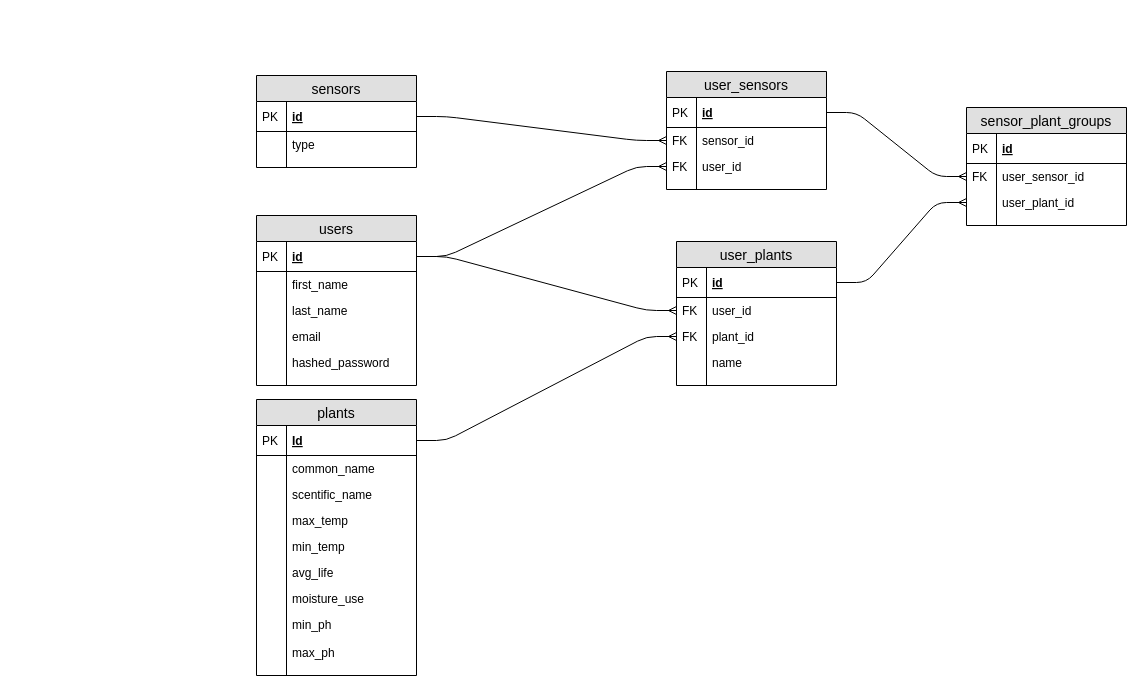
Earlier version of the draw.io diagram Untitled Diagram.drawio (arianrah/power_plant). Source tidied: cells renumbered, new cells numbered last; positions are measured from the earlier drawing's top-left corner, leaving out a move shared by most shapes. Both pictures are drawn from the tidied source at 100%, with x=0, y=0 at pixel (256, 71).
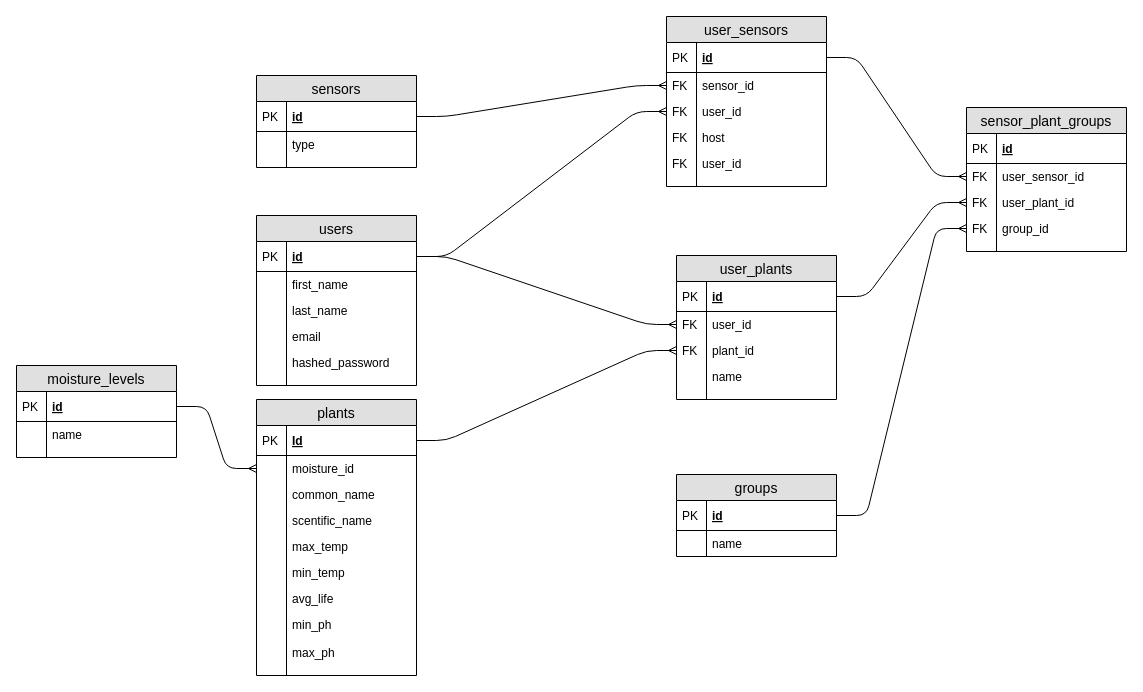
The same diagram, later.

Unchanged cells that the change refers to:
```xml
<mxCell id="27" value="plants" style="swimlane;fontStyle=0;horizontal=1;startSize=26;fillColor=#e0e0e0;swimlaneFillColor=#ffffff;align=center;fontSize=14;" parent="1" vertex="1">
  <mxGeometry y="328" width="160" height="276" as="geometry" />
</mxCell>
<mxCell id="72" value="user_plant_id" style="shape=partialRectangle;top=0;left=0;right=0;bottom=0;align=left;verticalAlign=top;fillColor=none;spacingLeft=34;spacingRight=4;overflow=hidden;points=[[0,0.5],[1,0.5]];portConstraint=eastwest;fontSize=12;" parent="67" vertex="1">
  <mxGeometry y="82" width="160" height="26" as="geometry" />
</mxCell>
```

Change to the diagram source:
```diff
@@
     <mxCell id="15" value="user_plants" style="swimlane;fontStyle=0;horizontal=1;startSize=26;fillColor=#e0e0e0;swimlaneFillColor=#ffffff;align=center;fontSize=14;" parent="1" vertex="1">
-      <mxGeometry x="420" y="170" width="160" height="144" as="geometry" />
+      <mxGeometry x="420" y="184" width="160" height="144" as="geometry" />
     </mxCell>
@@
+    <mxCell id="40" value="moisture_id" style="shape=partialRectangle;top=0;left=0;right=0;bottom=0;align=left;verticalAlign=top;fillColor=none;spacingLeft=34;spacingRight=4;overflow=hidden;points=[[0,0.5],[1,0.5]];portConstraint=eastwest;fontSize=12;" parent="27" vertex="1">
+      <mxGeometry y="56" width="160" height="26" as="geometry" />
+    </mxCell>
+    <mxCell id="41" style="shape=partialRectangle;top=0;left=0;bottom=0;fillColor=none;align=left;verticalAlign=top;spacingLeft=4;spacingRight=4;overflow=hidden;fontSize=12;" parent="40" vertex="1">
+      <mxGeometry width="30" height="26" as="geometry" />
+    </mxCell>
     <mxCell id="30" value="common_name" style="shape=partialRectangle;top=0;left=0;right=0;bottom=0;align=left;verticalAlign=top;fillColor=none;spacingLeft=34;spacingRight=4;overflow=hidden;fontSize=12;" parent="27" vertex="1">
-      <mxGeometry y="56" width="160" height="26" as="geometry" />
+      <mxGeometry y="82" width="160" height="26" as="geometry" />
     </mxCell>
@@
     <mxCell id="32" value="scentific_name" style="shape=partialRectangle;top=0;left=0;right=0;bottom=0;align=left;verticalAlign=top;fillColor=none;spacingLeft=34;spacingRight=4;overflow=hidden;fontSize=12;" parent="27" vertex="1">
-      <mxGeometry y="82" width="160" height="26" as="geometry" />
+      <mxGeometry y="108" width="160" height="26" as="geometry" />
     </mxCell>
@@
     <mxCell id="34" value="max_temp" style="shape=partialRectangle;top=0;left=0;right=0;bottom=0;align=left;verticalAlign=top;fillColor=none;spacingLeft=34;spacingRight=4;overflow=hidden;fontSize=12;" parent="27" vertex="1">
-      <mxGeometry y="108" width="160" height="26" as="geometry" />
+      <mxGeometry y="134" width="160" height="26" as="geometry" />
     </mxCell>
@@
     <mxCell id="36" value="min_temp" style="shape=partialRectangle;top=0;left=0;right=0;bottom=0;align=left;verticalAlign=top;fillColor=none;spacingLeft=34;spacingRight=4;overflow=hidden;fontSize=12;" parent="27" vertex="1">
-      <mxGeometry y="134" width="160" height="26" as="geometry" />
+      <mxGeometry y="160" width="160" height="26" as="geometry" />
     </mxCell>
@@
     <mxCell id="38" value="avg_life" style="shape=partialRectangle;top=0;left=0;right=0;bottom=0;align=left;verticalAlign=top;fillColor=none;spacingLeft=34;spacingRight=4;overflow=hidden;fontSize=12;" parent="27" vertex="1">
-      <mxGeometry y="160" width="160" height="26" as="geometry" />
+      <mxGeometry y="186" width="160" height="26" as="geometry" />
     </mxCell>
@@
-    <mxCell id="40" value="moisture_use" style="shape=partialRectangle;top=0;left=0;right=0;bottom=0;align=left;verticalAlign=top;fillColor=none;spacingLeft=34;spacingRight=4;overflow=hidden;points=[[0,0.5],[1,0.5]];portConstraint=eastwest;fontSize=12;" parent="27" vertex="1">
-      <mxGeometry y="186" width="160" height="26" as="geometry" />
-    </mxCell>
-    <mxCell id="41" style="shape=partialRectangle;top=0;left=0;bottom=0;fillColor=none;align=left;verticalAlign=top;spacingLeft=4;spacingRight=4;overflow=hidden;fontSize=12;" parent="40" vertex="1">
-      <mxGeometry width="30" height="26" as="geometry" />
-    </mxCell>
@@
     <mxCell id="57" value="user_sensors" style="swimlane;fontStyle=0;horizontal=1;startSize=26;fillColor=#e0e0e0;swimlaneFillColor=#ffffff;align=center;fontSize=14;" parent="1" vertex="1">
-      <mxGeometry x="410" width="160" height="118" as="geometry" />
+      <mxGeometry x="410" y="-55" width="160" height="170" as="geometry" />
     </mxCell>
@@
+    <mxCell id="78" value="host" style="shape=partialRectangle;top=0;left=0;right=0;bottom=0;align=left;verticalAlign=top;fillColor=none;spacingLeft=34;spacingRight=4;overflow=hidden;fontSize=12;" parent="57" vertex="1">
+      <mxGeometry y="108" width="160" height="26" as="geometry" />
+    </mxCell>
+    <mxCell id="79" value="FK" style="shape=partialRectangle;top=0;left=0;bottom=0;fillColor=none;align=left;verticalAlign=top;spacingLeft=4;spacingRight=4;overflow=hidden;fontSize=12;" parent="78" vertex="1">
+      <mxGeometry width="30" height="26" as="geometry" />
+    </mxCell>
+    <mxCell id="80" value="user_id" style="shape=partialRectangle;top=0;left=0;right=0;bottom=0;align=left;verticalAlign=top;fillColor=none;spacingLeft=34;spacingRight=4;overflow=hidden;fontSize=12;" parent="57" vertex="1">
+      <mxGeometry y="134" width="160" height="26" as="geometry" />
+    </mxCell>
+    <mxCell id="81" value="FK" style="shape=partialRectangle;top=0;left=0;bottom=0;fillColor=none;align=left;verticalAlign=top;spacingLeft=4;spacingRight=4;overflow=hidden;fontSize=12;" parent="80" vertex="1">
+      <mxGeometry width="30" height="26" as="geometry" />
+    </mxCell>
     <mxCell id="64" style="shape=partialRectangle;top=0;left=0;right=0;bottom=0;align=left;verticalAlign=top;fillColor=none;spacingLeft=34;spacingRight=4;overflow=hidden;fontSize=12;" parent="57" vertex="1">
-      <mxGeometry y="108" width="160" height="10" as="geometry" />
+      <mxGeometry y="160" width="160" height="10" as="geometry" />
     </mxCell>
@@
     <mxCell id="67" value="sensor_plant_groups" style="swimlane;fontStyle=0;horizontal=1;startSize=26;fillColor=#e0e0e0;swimlaneFillColor=#ffffff;align=center;fontSize=14;" parent="1" vertex="1">
-      <mxGeometry x="710" y="36" width="160" height="118" as="geometry" />
+      <mxGeometry x="710" y="36" width="160" height="144" as="geometry" />
     </mxCell>
@@
-    <mxCell id="73" style="shape=partialRectangle;top=0;left=0;bottom=0;fillColor=none;align=left;verticalAlign=top;spacingLeft=4;spacingRight=4;overflow=hidden;fontSize=12;" parent="72" vertex="1">
+    <mxCell id="73" value="FK" style="shape=partialRectangle;top=0;left=0;bottom=0;fillColor=none;align=left;verticalAlign=top;spacingLeft=4;spacingRight=4;overflow=hidden;fontSize=12;" parent="72" vertex="1">
       <mxGeometry width="30" height="26" as="geometry" />
     </mxCell>
+    <mxCell id="82" value="group_id" style="shape=partialRectangle;top=0;left=0;right=0;bottom=0;align=left;verticalAlign=top;fillColor=none;spacingLeft=34;spacingRight=4;overflow=hidden;points=[[0,0.5],[1,0.5]];portConstraint=eastwest;fontSize=12;" parent="67" vertex="1">
+      <mxGeometry y="108" width="160" height="26" as="geometry" />
+    </mxCell>
+    <mxCell id="83" value="FK" style="shape=partialRectangle;top=0;left=0;bottom=0;fillColor=none;align=left;verticalAlign=top;spacingLeft=4;spacingRight=4;overflow=hidden;fontSize=12;" parent="82" vertex="1">
+      <mxGeometry width="30" height="26" as="geometry" />
+    </mxCell>
     <mxCell id="74" style="shape=partialRectangle;top=0;left=0;right=0;bottom=0;align=left;verticalAlign=top;fillColor=none;spacingLeft=34;spacingRight=4;overflow=hidden;fontSize=12;" parent="67" vertex="1">
-      <mxGeometry y="108" width="160" height="10" as="geometry" />
+      <mxGeometry y="134" width="160" height="10" as="geometry" />
     </mxCell>
@@
+    <mxCell id="84" value="groups" style="swimlane;fontStyle=0;horizontal=1;startSize=26;fillColor=#e0e0e0;swimlaneFillColor=#ffffff;align=center;fontSize=14;" parent="1" vertex="1">
+      <mxGeometry x="420" y="403" width="160" height="82" as="geometry" />
+    </mxCell>
+    <mxCell id="85" value="id" style="shape=partialRectangle;top=0;left=0;right=0;bottom=1;align=left;verticalAlign=middle;fillColor=none;spacingLeft=34;spacingRight=4;overflow=hidden;points=[[0,0.5],[1,0.5]];portConstraint=eastwest;fontStyle=5;fontSize=12;" parent="84" vertex="1">
+      <mxGeometry y="26" width="160" height="30" as="geometry" />
+    </mxCell>
+    <mxCell id="86" value="PK" style="shape=partialRectangle;top=0;left=0;bottom=0;fillColor=none;align=left;verticalAlign=middle;spacingLeft=4;spacingRight=4;overflow=hidden;fontSize=12;" parent="85" vertex="1">
+      <mxGeometry width="30" height="30" as="geometry" />
+    </mxCell>
+    <mxCell id="87" value="name" style="shape=partialRectangle;top=0;left=0;right=0;bottom=0;align=left;verticalAlign=top;fillColor=none;spacingLeft=34;spacingRight=4;overflow=hidden;fontSize=12;" parent="84" vertex="1">
+      <mxGeometry y="56" width="160" height="26" as="geometry" />
+    </mxCell>
+    <mxCell id="88" style="shape=partialRectangle;top=0;left=0;bottom=0;fillColor=none;align=left;verticalAlign=top;spacingLeft=4;spacingRight=4;overflow=hidden;fontSize=12;" parent="87" vertex="1">
+      <mxGeometry width="30" height="26" as="geometry" />
+    </mxCell>
+    <mxCell id="89" style="edgeStyle=entityRelationEdgeStyle;fontSize=12;html=1;endArrow=ERmany;" parent="1" edge="1" source="85" target="82">
+      <mxGeometry relative="1" as="geometry" />
+    </mxCell>
+    <mxCell id="90" value="moisture_levels" style="swimlane;fontStyle=0;horizontal=1;startSize=26;fillColor=#e0e0e0;swimlaneFillColor=#ffffff;align=center;fontSize=14;" parent="1" vertex="1">
+      <mxGeometry x="-240" y="294" width="160" height="92" as="geometry" />
+    </mxCell>
+    <mxCell id="91" value="id" style="shape=partialRectangle;top=0;left=0;right=0;bottom=1;align=left;verticalAlign=middle;fillColor=none;spacingLeft=34;spacingRight=4;overflow=hidden;points=[[0,0.5],[1,0.5]];portConstraint=eastwest;fontStyle=5;fontSize=12;" parent="90" vertex="1">
+      <mxGeometry y="26" width="160" height="30" as="geometry" />
+    </mxCell>
+    <mxCell id="92" value="PK" style="shape=partialRectangle;top=0;left=0;bottom=0;fillColor=none;align=left;verticalAlign=middle;spacingLeft=4;spacingRight=4;overflow=hidden;fontSize=12;" parent="91" vertex="1">
+      <mxGeometry width="30" height="30" as="geometry" />
+    </mxCell>
+    <mxCell id="93" value="name" style="shape=partialRectangle;top=0;left=0;right=0;bottom=0;align=left;verticalAlign=top;fillColor=none;spacingLeft=34;spacingRight=4;overflow=hidden;fontSize=12;" parent="90" vertex="1">
+      <mxGeometry y="56" width="160" height="26" as="geometry" />
+    </mxCell>
+    <mxCell id="94" style="shape=partialRectangle;top=0;left=0;bottom=0;fillColor=none;align=left;verticalAlign=top;spacingLeft=4;spacingRight=4;overflow=hidden;fontSize=12;" parent="93" vertex="1">
+      <mxGeometry width="30" height="26" as="geometry" />
+    </mxCell>
+    <mxCell id="95" style="shape=partialRectangle;top=0;left=0;right=0;bottom=0;align=left;verticalAlign=top;fillColor=none;spacingLeft=34;spacingRight=4;overflow=hidden;fontSize=12;" parent="90" vertex="1">
+      <mxGeometry y="82" width="160" height="10" as="geometry" />
+    </mxCell>
+    <mxCell id="96" style="shape=partialRectangle;top=0;left=0;bottom=0;fillColor=none;align=left;verticalAlign=top;spacingLeft=4;spacingRight=4;overflow=hidden;fontSize=12;" parent="95" vertex="1">
+      <mxGeometry width="30" height="10" as="geometry" />
+    </mxCell>
+    <mxCell id="97" style="edgeStyle=entityRelationEdgeStyle;fontSize=12;html=1;endArrow=ERmany;exitX=1;exitY=0.5;exitDx=0;exitDy=0;" parent="1" edge="1" source="91" target="40">
+      <mxGeometry relative="1" as="geometry" />
+    </mxCell>
```
